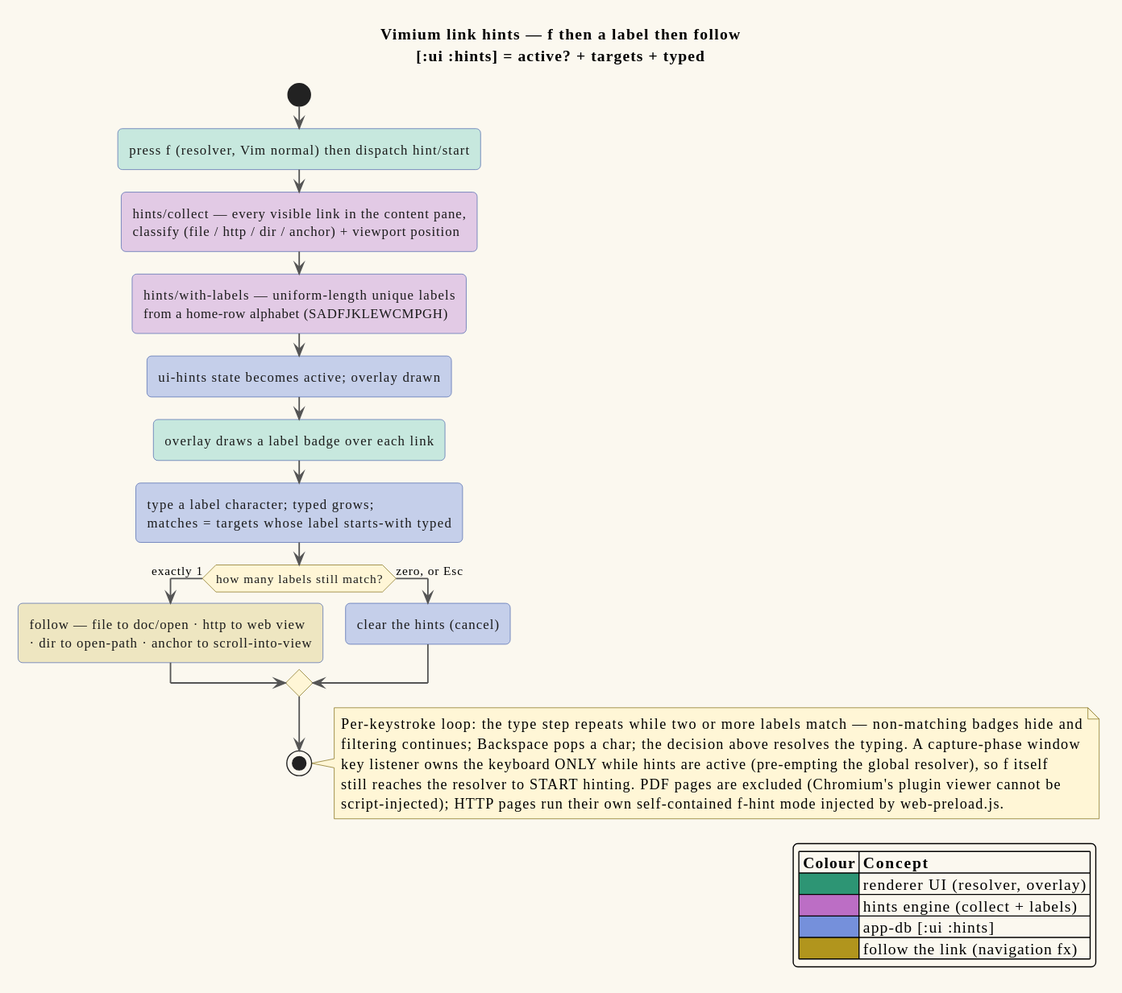
Earlier version of the PlantUML export docs/diagrams/activity-link-hints.svg (vinary-tree/vinary-viewer).
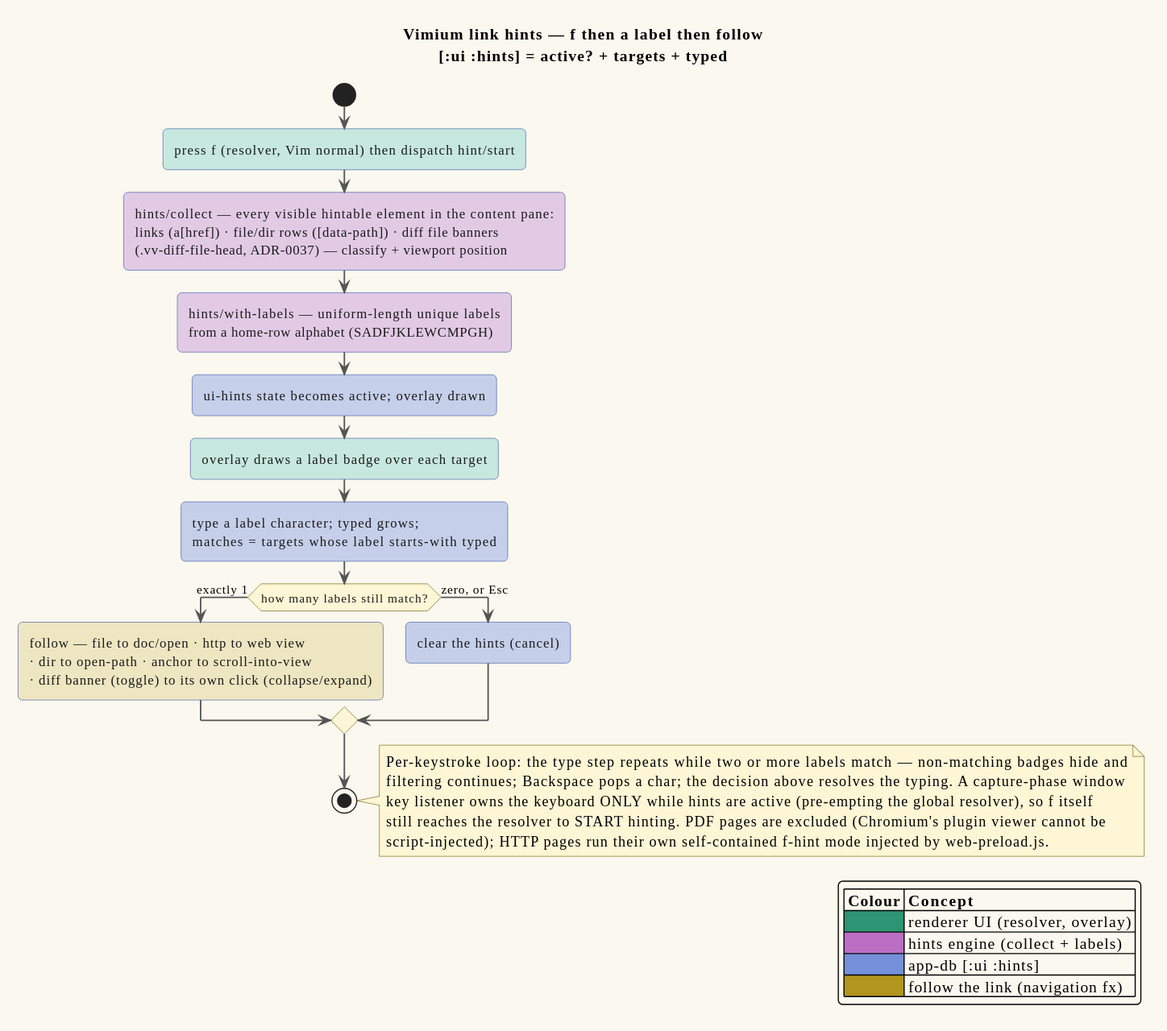
After the change.

The edit, as a diff of the source:
```diff
@@ -13,13 +13,13 @@
 
 start
 :press f (resolver, Vim normal) then dispatch hint/start; <<RENDERER_TINT>>
-:hints/collect — every visible link in the content pane,\nclassify (file / http / dir / anchor) + viewport position; <<KEYMAP_TINT>>
+:hints/collect — every visible hintable element in the content pane:\nlinks (a[href]) · file/dir rows ([data-path]) · diff file banners\n(.vv-diff-file-head, ADR-0037) — classify + viewport position; <<KEYMAP_TINT>>
 :hints/with-labels — uniform-length unique labels\nfrom a home-row alphabet (SADFJKLEWCMPGH); <<KEYMAP_TINT>>
 :ui-hints state becomes active; overlay drawn; <<APPDB_TINT>>
-:overlay draws a label badge over each link; <<RENDERER_TINT>>
+:overlay draws a label badge over each target; <<RENDERER_TINT>>
 :type a label character; typed grows;\nmatches = targets whose label starts-with typed; <<APPDB_TINT>>
 if (how many labels still match?) then (exactly 1)
-  :follow — file to doc/open · http to web view\n· dir to open-path · anchor to scroll-into-view; <<IPC_TINT>>
+  :follow — file to doc/open · http to web view\n· dir to open-path · anchor to scroll-into-view\n· diff banner (toggle) to its own click (collapse/expand); <<IPC_TINT>>
 else (zero, or Esc)
   :clear the hints (cancel); <<APPDB_TINT>>
 endif
```
